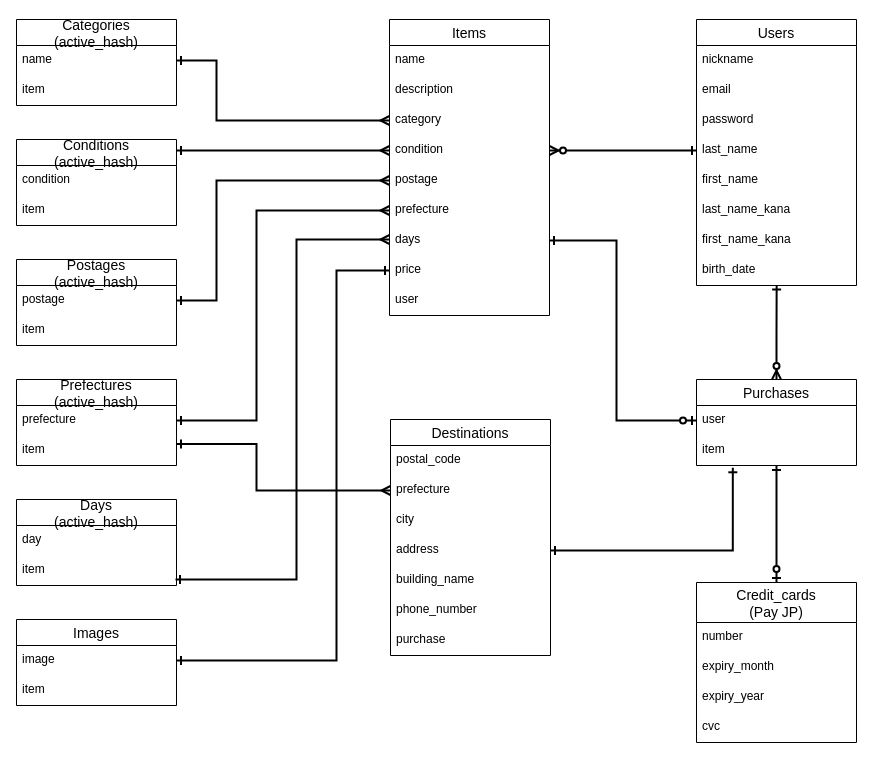
Above: entity_relationship.dio in amu1016/furima-36223 (draw.io), before the change. Source tidied: cells renumbered, new cells numbered last; positions are measured from the earlier drawing's top-left corner, leaving out a move shared by most shapes. Both pictures are drawn from the tidied source at 100%, with x=0, y=0 at pixel (16, 19).
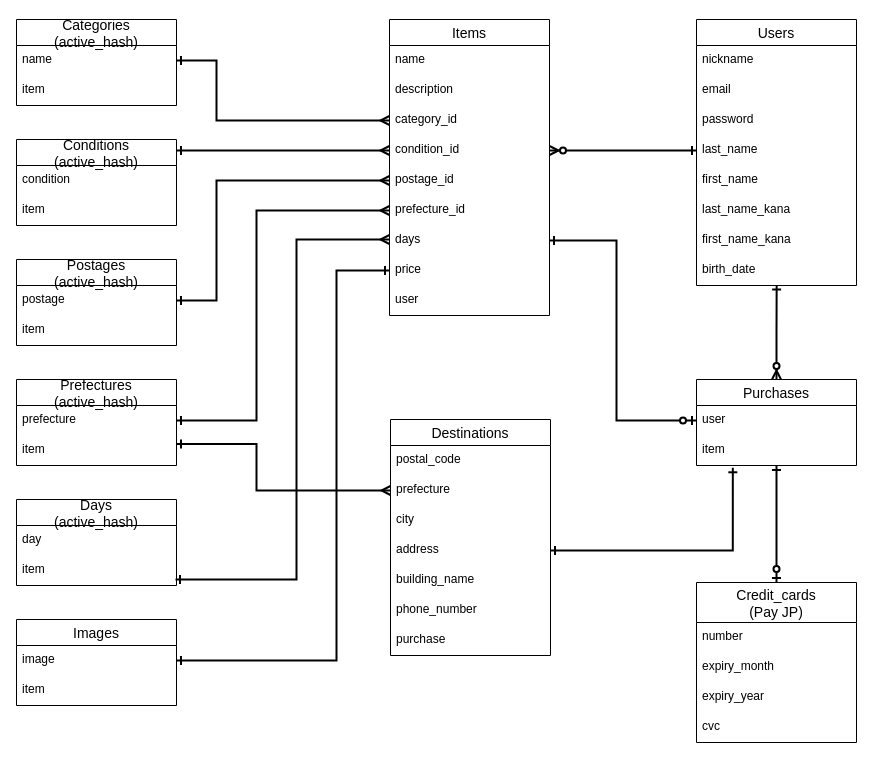
After the change.

Commit message (it also covers changes not shown here):
カラム名変更

The change refers to these unchanged cells:
```xml
<mxCell id="11" value="Items" style="swimlane;fontStyle=0;horizontal=1;startSize=26;align=center;fontSize=14;" parent="1" vertex="1">
  <mxGeometry x="373" width="160" height="296" as="geometry" />
</mxCell>
```

What changed in the source:
```diff
@@
-    <mxCell id="14" value="category" style="text;strokeColor=none;fillColor=none;spacingLeft=4;spacingRight=4;overflow=hidden;points=[[0,0.5],[1,0.5]];portConstraint=eastwest;fontSize=12;" parent="11" vertex="1">
+    <mxCell id="14" value="category_id" style="text;strokeColor=none;fillColor=none;spacingLeft=4;spacingRight=4;overflow=hidden;points=[[0,0.5],[1,0.5]];portConstraint=eastwest;fontSize=12;" parent="11" vertex="1">
       <mxGeometry y="86" width="160" height="30" as="geometry" />
     </mxCell>
-    <mxCell id="15" value="condition" style="text;strokeColor=none;fillColor=none;spacingLeft=4;spacingRight=4;overflow=hidden;points=[[0,0.5],[1,0.5]];portConstraint=eastwest;fontSize=12;" parent="11" vertex="1">
+    <mxCell id="15" value="condition_id" style="text;strokeColor=none;fillColor=none;spacingLeft=4;spacingRight=4;overflow=hidden;points=[[0,0.5],[1,0.5]];portConstraint=eastwest;fontSize=12;" parent="11" vertex="1">
       <mxGeometry y="116" width="160" height="30" as="geometry" />
     </mxCell>
-    <mxCell id="16" value="postage" style="text;strokeColor=none;fillColor=none;spacingLeft=4;spacingRight=4;overflow=hidden;points=[[0,0.5],[1,0.5]];portConstraint=eastwest;fontSize=12;" parent="11" vertex="1">
+    <mxCell id="16" value="postage_id" style="text;strokeColor=none;fillColor=none;spacingLeft=4;spacingRight=4;overflow=hidden;points=[[0,0.5],[1,0.5]];portConstraint=eastwest;fontSize=12;" parent="11" vertex="1">
       <mxGeometry y="146" width="160" height="30" as="geometry" />
     </mxCell>
-    <mxCell id="17" value="prefecture" style="text;strokeColor=none;fillColor=none;spacingLeft=4;spacingRight=4;overflow=hidden;points=[[0,0.5],[1,0.5]];portConstraint=eastwest;fontSize=12;" parent="11" vertex="1">
+    <mxCell id="17" value="prefecture_id" style="text;strokeColor=none;fillColor=none;spacingLeft=4;spacingRight=4;overflow=hidden;points=[[0,0.5],[1,0.5]];portConstraint=eastwest;fontSize=12;" parent="11" vertex="1">
       <mxGeometry y="176" width="160" height="30" as="geometry" />
     </mxCell>
```
